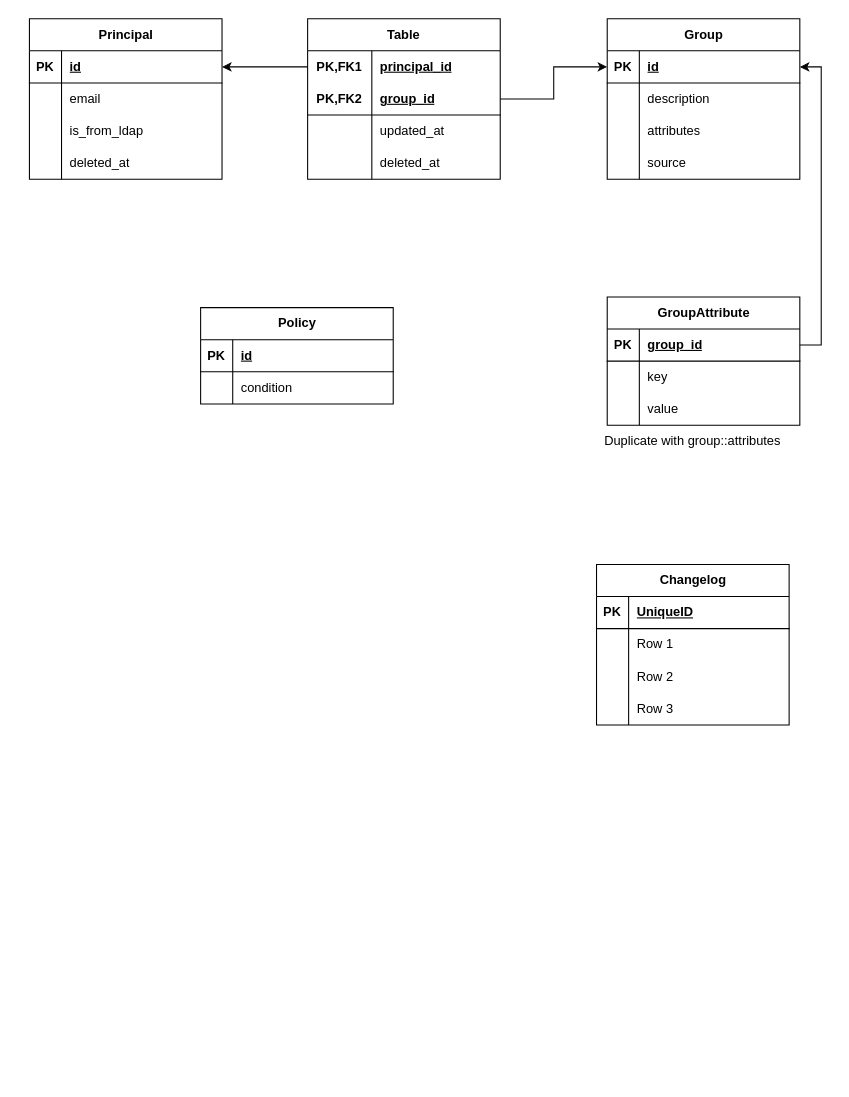
evagle/awesome keeps this draw.io diagram as CSS Authorization ABAC+RBAC.drawio. Above is the earlier version. Source tidied: cells renumbered, new cells numbered last; positions are measured from the earlier drawing's top-left corner, leaving out a move shared by most shapes. Both pictures are drawn from the tidied source at 107%, with x=0, y=0 at pixel (29, 18).
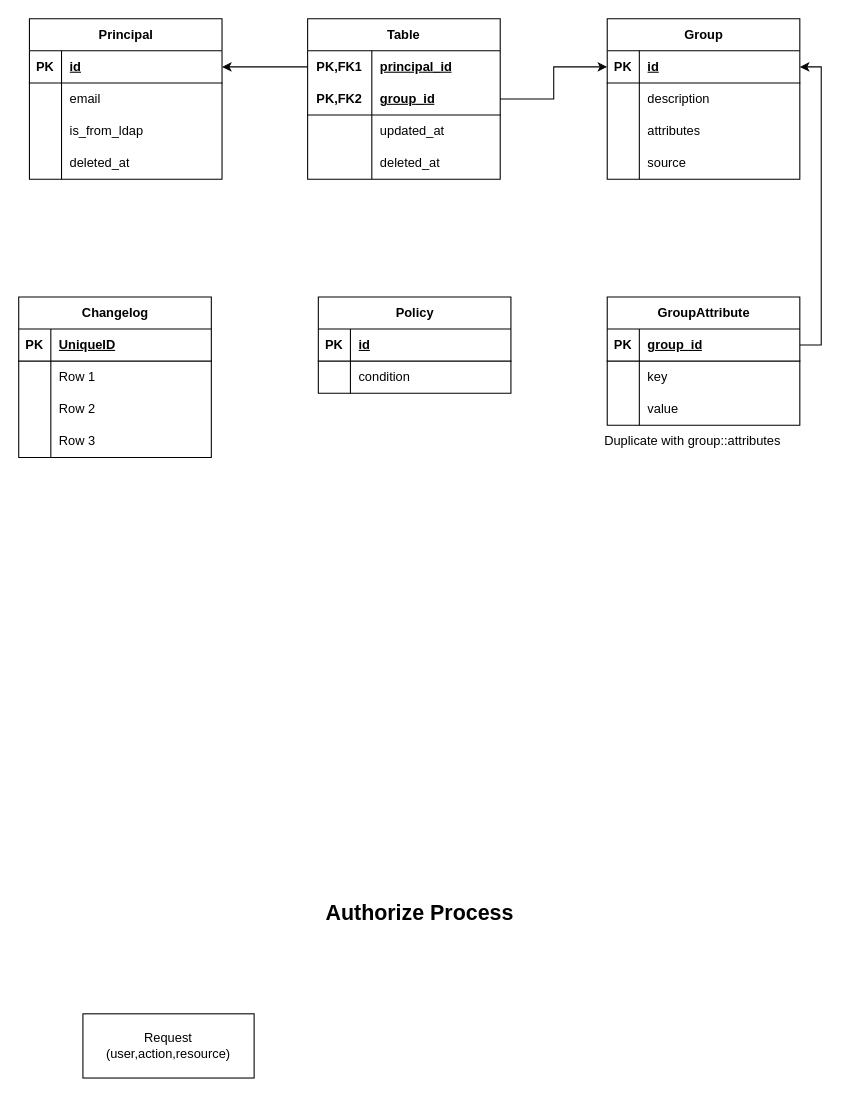
The same page after the edit.

The edit, as a diff of the source:
```diff
@@
     <mxCell id="38" value="Policy" style="shape=table;startSize=30;childLayout=tableLayout;rowLines=0;fontStyle=1;align=center;html=1;" parent="1" vertex="1">
-      <mxGeometry x="160" y="270" width="180" height="90" as="geometry" />
+      <mxGeometry x="270" y="260" width="180" height="90" as="geometry" />
     </mxCell>
@@
     <mxCell id="45" value="Changelog" style="shape=table;startSize=30;childLayout=tableLayout;rowLines=0;fontStyle=1;align=center;html=1;" parent="1" vertex="1">
-      <mxGeometry x="530" y="510" width="180" height="150" as="geometry" />
+      <mxGeometry x="-10" y="260" width="180" height="150" as="geometry" />
     </mxCell>
@@
+    <mxCell id="75" value="Request&lt;br&gt;(user,action,resource)" style="rounded=0;whiteSpace=wrap;html=1;" parent="1" vertex="1">
+      <mxGeometry x="50" y="930" width="160" height="60" as="geometry" />
+    </mxCell>
+    <mxCell id="76" value="Authorize Process" style="text;html=1;strokeColor=none;fillColor=none;align=center;verticalAlign=middle;whiteSpace=wrap;rounded=0;fontStyle=1;fontSize=20;" parent="1" vertex="1">
+      <mxGeometry x="210" y="820" width="310" height="30" as="geometry" />
+    </mxCell>
```
